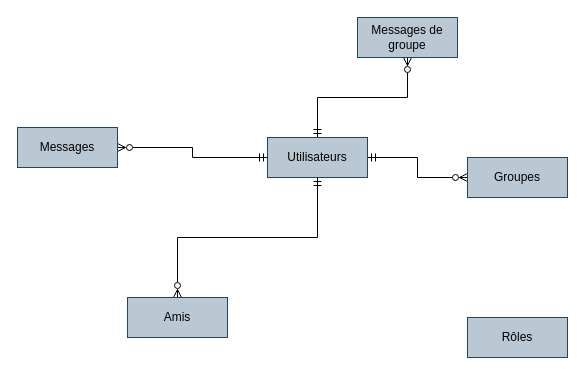
vsilvanska/examen-info-2023 keeps this draw.io diagram as Diagramme sans nom.drawio. Above is the earlier version. Source tidied: cells renumbered, new cells numbered last; positions are measured from the earlier drawing's top-left corner, leaving out a move shared by most shapes. Both pictures are drawn from the tidied source at 100%, with x=0, y=0 at pixel (17, 17).
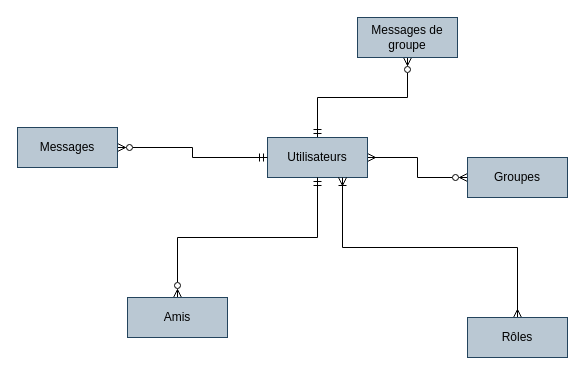
The same diagram, later.

Diff of the diagram source:
```diff
@@
 <mxGraphModel>
   <root>
     <mxCell id="0" />
     <mxCell id="1" parent="0" />
-    <mxCell id="2" style="edgeStyle=orthogonalEdgeStyle;rounded=0;jettySize=auto;html=1;exitX=1;exitY=0.5;exitDx=0;exitDy=0;entryX=0;entryY=0.5;entryDx=0;entryDy=0;startArrow=ERmandOne;startFill=0;endArrow=ERzeroToMany;endFill=0;" parent="1" edge="1" source="4" target="7">
+    <mxCell id="2" style="edgeStyle=orthogonalEdgeStyle;rounded=0;jettySize=auto;html=1;exitX=1;exitY=0.5;exitDx=0;exitDy=0;entryX=0;entryY=0.5;entryDx=0;entryDy=0;startArrow=ERmany;startFill=0;endArrow=ERzeroToMany;endFill=0;" parent="1" edge="1" source="4" target="7">
       <mxGeometry relative="1" as="geometry" />
     </mxCell>
     <mxCell id="3" style="edgeStyle=orthogonalEdgeStyle;rounded=0;jettySize=auto;html=1;exitX=0.5;exitY=0;exitDx=0;exitDy=0;entryX=0.5;entryY=1;entryDx=0;entryDy=0;startArrow=ERmandOne;startFill=0;endArrow=ERzeroToMany;endFill=0;" parent="1" edge="1" source="4" target="10">
       <mxGeometry relative="1" as="geometry" />
     </mxCell>
     <mxCell id="4" value="Utilisateurs" style="whiteSpace=wrap;html=1;align=center;fillColor=#bac8d3;strokeColor=#23445d;" parent="1" vertex="1">
       <mxGeometry x="250" y="120" width="100" height="40" as="geometry" />
     </mxCell>
     <mxCell id="5" style="edgeStyle=orthogonalEdgeStyle;rounded=0;jettySize=auto;html=1;exitX=0.5;exitY=0;exitDx=0;exitDy=0;entryX=0.5;entryY=1;entryDx=0;entryDy=0;endArrow=ERmandOne;endFill=0;startArrow=ERzeroToMany;startFill=0;" parent="1" edge="1" source="6" target="4">
       <mxGeometry relative="1" as="geometry" />
     </mxCell>
     <mxCell id="6" value="Amis" style="whiteSpace=wrap;html=1;align=center;fillColor=#bac8d3;strokeColor=#23445d;" parent="1" vertex="1">
       <mxGeometry x="110" y="280" width="100" height="40" as="geometry" />
     </mxCell>
     <mxCell id="7" value="Groupes" style="whiteSpace=wrap;html=1;align=center;fillColor=#bac8d3;strokeColor=#23445d;" parent="1" vertex="1">
       <mxGeometry x="450" y="140" width="100" height="40" as="geometry" />
     </mxCell>
     <mxCell id="8" style="edgeStyle=orthogonalEdgeStyle;rounded=0;jettySize=auto;html=1;exitX=1;exitY=0.5;exitDx=0;exitDy=0;entryX=0;entryY=0.5;entryDx=0;entryDy=0;startArrow=ERzeroToMany;startFill=0;endArrow=ERmandOne;endFill=0;" parent="1" edge="1" source="9" target="4">
       <mxGeometry relative="1" as="geometry" />
     </mxCell>
     <mxCell id="9" value="Messages" style="whiteSpace=wrap;html=1;align=center;fillColor=#bac8d3;strokeColor=#23445d;" parent="1" vertex="1">
       <mxGeometry y="110" width="100" height="40" as="geometry" />
     </mxCell>
     <mxCell id="10" value="Messages de groupe" style="whiteSpace=wrap;html=1;align=center;fillColor=#bac8d3;strokeColor=#23445d;" parent="1" vertex="1">
       <mxGeometry x="340" width="100" height="40" as="geometry" />
     </mxCell>
+    <mxCell id="12" style="edgeStyle=orthogonalEdgeStyle;rounded=0;jettySize=auto;html=1;exitX=0.5;exitY=0;exitDx=0;exitDy=0;entryX=0.75;entryY=1;entryDx=0;entryDy=0;startArrow=ERmany;startFill=0;endArrow=ERoneToMany;endFill=0;" parent="1" edge="1" source="11" target="4">
+      <mxGeometry relative="1" as="geometry" />
+    </mxCell>
     <mxCell id="11" value="Rôles" style="whiteSpace=wrap;html=1;align=center;fillColor=#bac8d3;strokeColor=#23445d;" parent="1" vertex="1">
       <mxGeometry x="450" y="300" width="100" height="40" as="geometry" />
     </mxCell>
   </root>
 </mxGraphModel>
```
